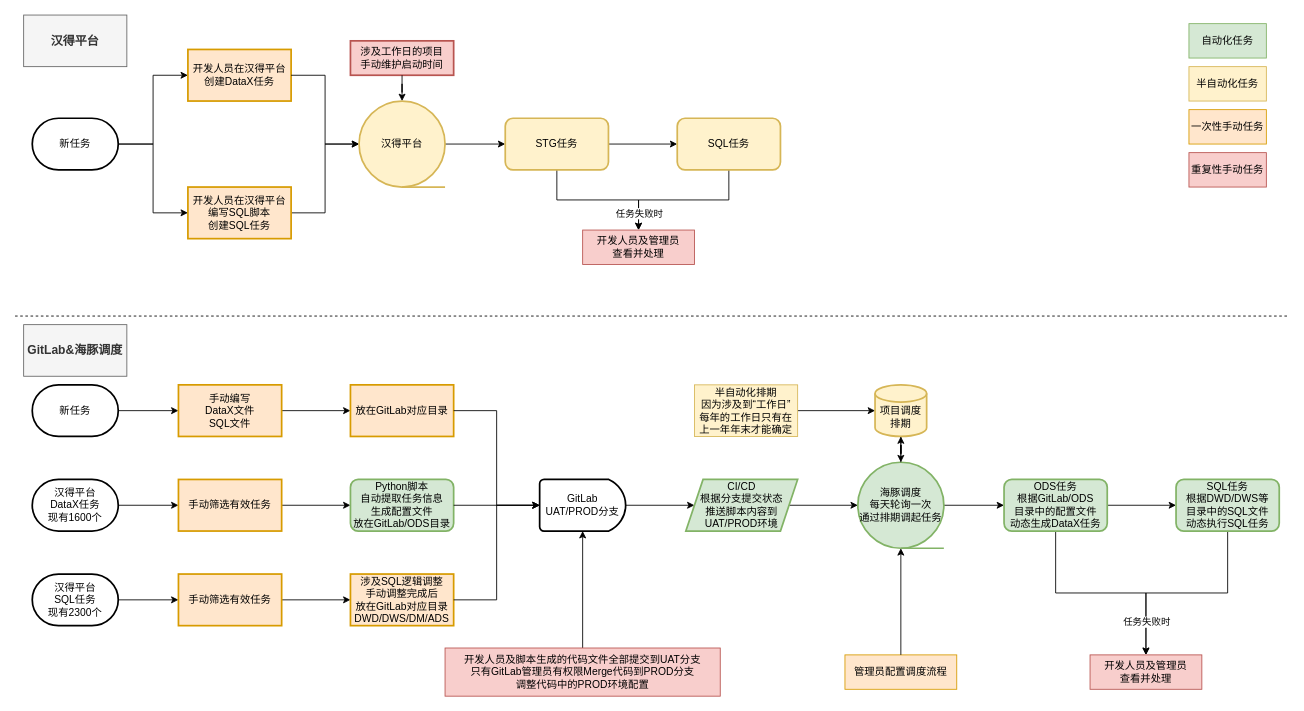
Above: Sinoeyes/Draw创建测试.drawio in adonis-lau/Draw (draw.io), before the change. Source tidied: cells renumbered, new cells numbered last; positions are measured from the earlier drawing's top-left corner, leaving out a move shared by most shapes. Both pictures are drawn from the tidied source at 86%, with x=0, y=0 at pixel (15, 15).
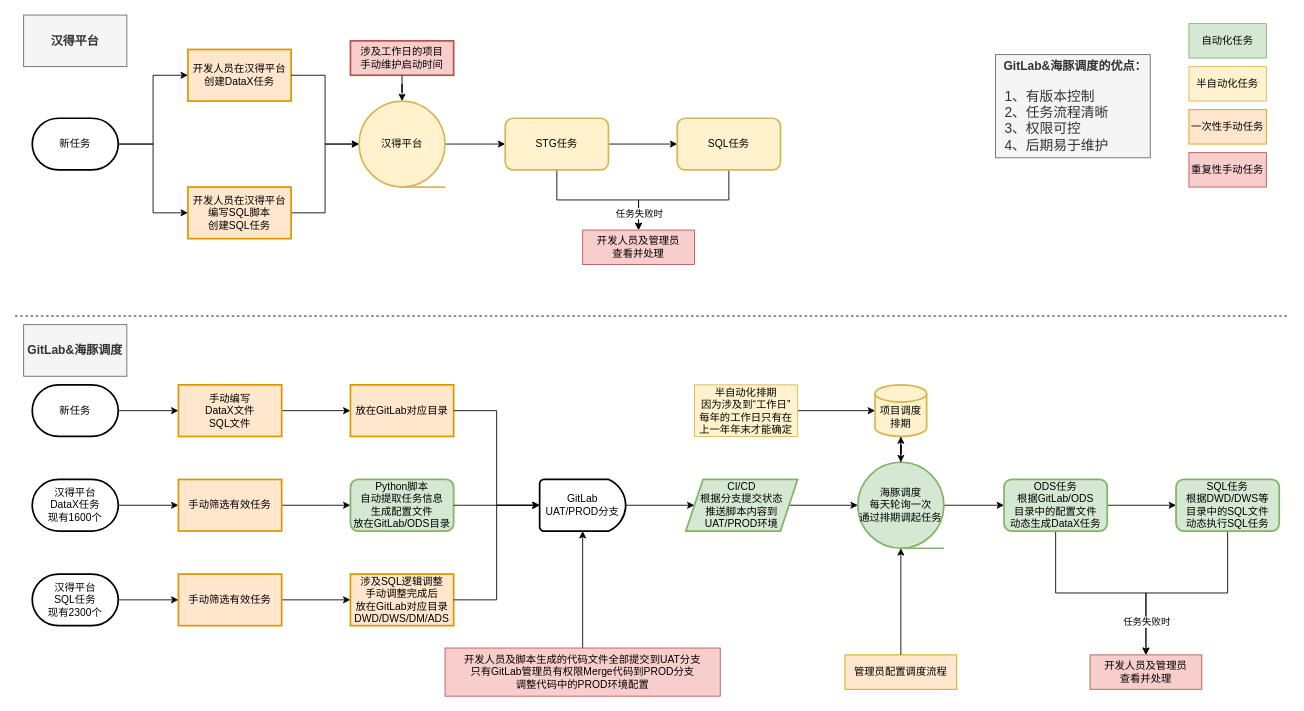
Above is the later version.

Diff of the diagram source:
```diff
@@
+    <mxCell id="68" value="&lt;div&gt;&lt;b&gt;&lt;font style=&quot;font-size: 14px;&quot;&gt;&amp;nbsp; GitLab&amp;amp;海豚调度的优点：&lt;/font&gt;&lt;/b&gt;&lt;/div&gt;&lt;div&gt;&lt;b&gt;&lt;font style=&quot;font-size: 14px;&quot;&gt;&lt;br&gt;&lt;/font&gt;&lt;/b&gt;&lt;/div&gt;&lt;div&gt;&lt;span style=&quot;font-size: medium; background-color: initial;&quot;&gt;&amp;nbsp; 1、有版本控制&lt;/span&gt;&lt;br&gt;&lt;/div&gt;&lt;div&gt;&lt;font size=&quot;3&quot;&gt;&amp;nbsp; 2、任务流程清晰&lt;/font&gt;&lt;/div&gt;&lt;div&gt;&lt;font size=&quot;3&quot;&gt;&amp;nbsp; 3、权限可控&lt;/font&gt;&lt;/div&gt;&lt;div&gt;&lt;font size=&quot;3&quot;&gt;&amp;nbsp; 4、后期易于维护&lt;/font&gt;&lt;/div&gt;" style="rounded=0;whiteSpace=wrap;html=1;align=left;fillColor=#f5f5f5;fontColor=#333333;strokeColor=#666666;" parent="1" vertex="1">
+      <mxGeometry x="1140" y="46" width="180" height="120" as="geometry" />
+    </mxCell>
```
